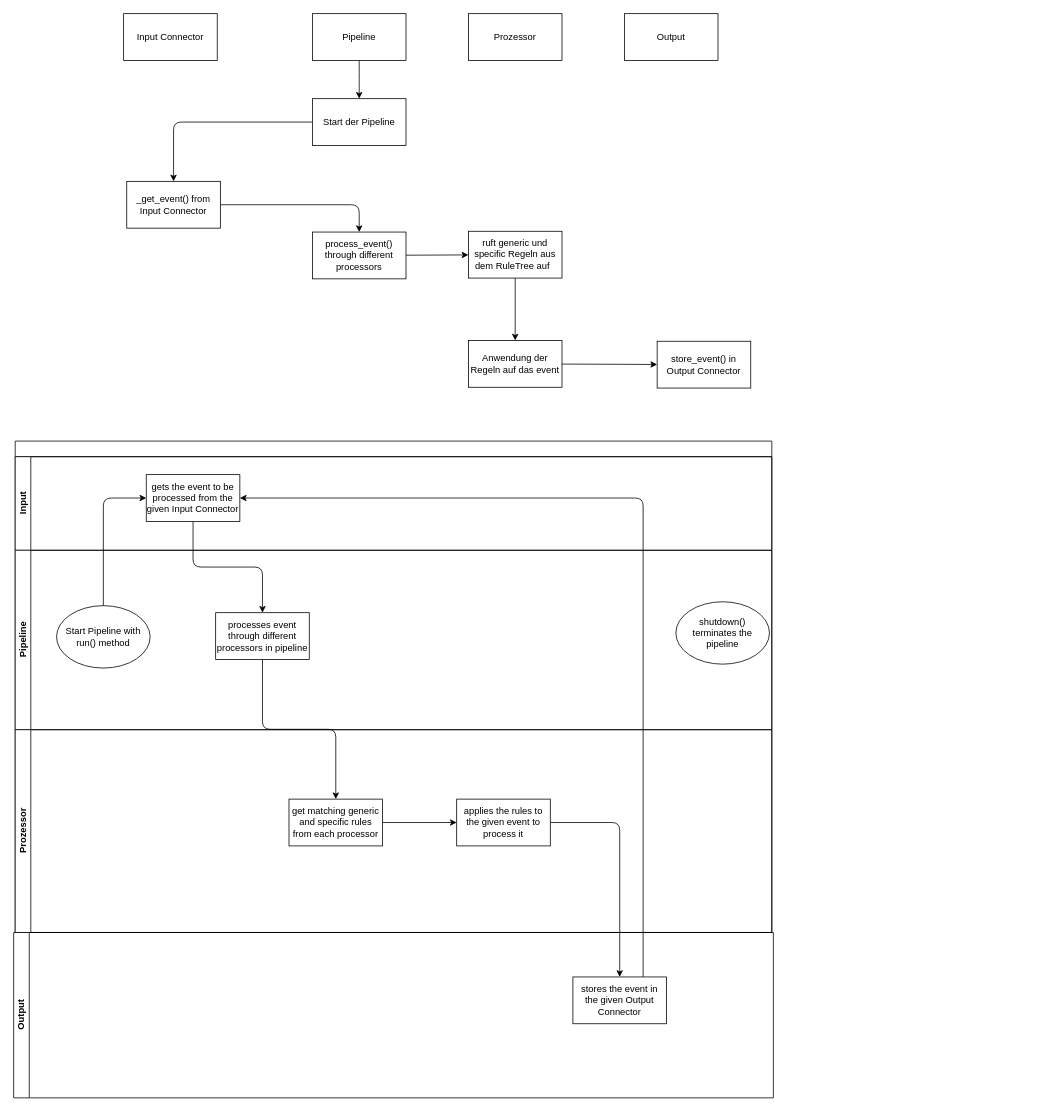
Earlier version of the draw.io diagram doc/source/development/architecture/diagramms/overview.drawio (fkie-cad/Logprep). Source tidied: cells renumbered, new cells numbered last; positions are measured from the earlier drawing's top-left corner, leaving out a move shared by most shapes. Both pictures are drawn from the tidied source at 78%, with x=0, y=0 at pixel (13, 13).
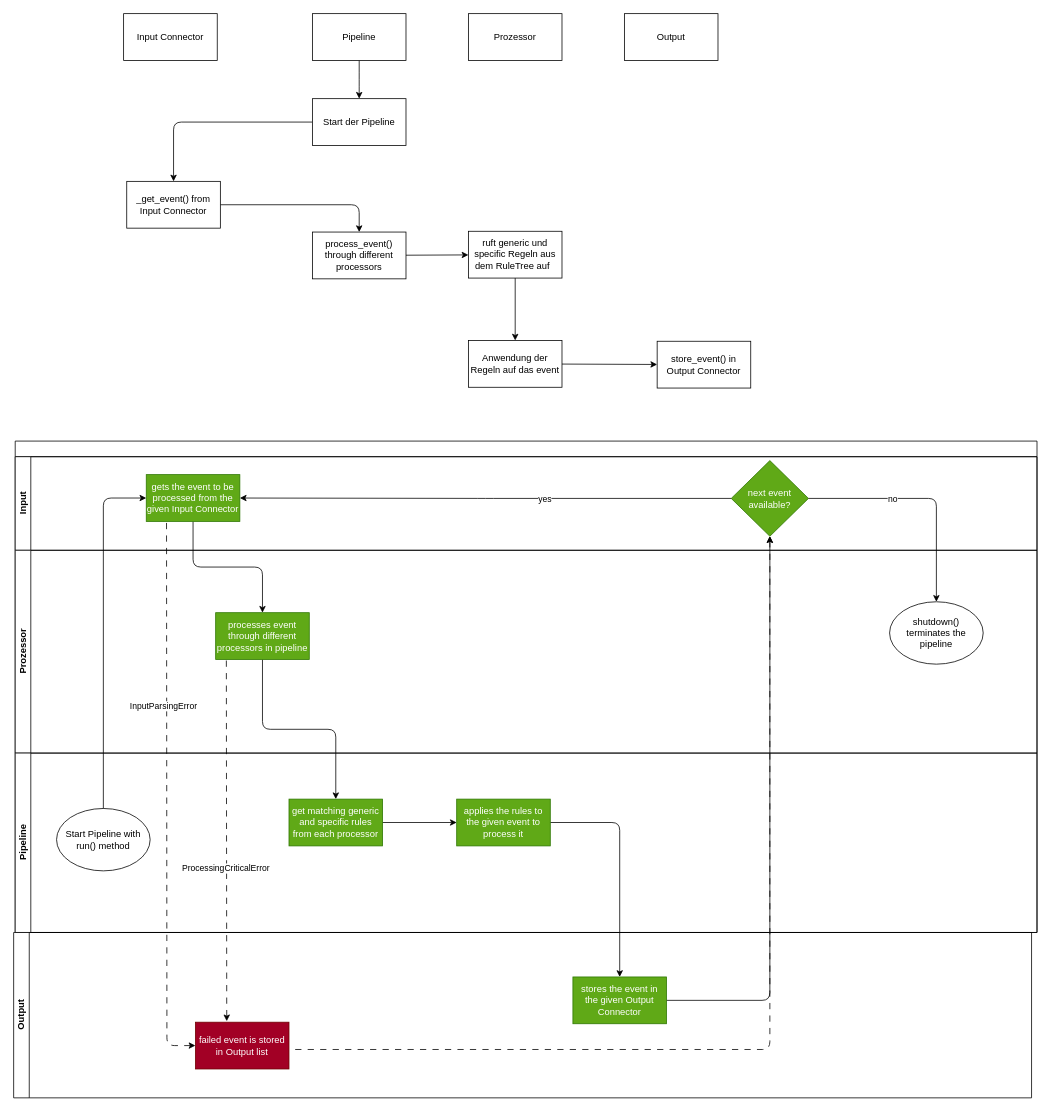
After the change.

Commit message (it also covers changes not shown here):
draft architecture pipeline and first draft processor

The edit, as a diff of the source:
```diff
@@
     <mxCell id="18" value="&lt;br&gt;" style="swimlane;horizontal=1;startSize=20;html=1;" parent="1" vertex="1">
-      <mxGeometry x="2" y="548" width="970" height="630" as="geometry" />
+      <mxGeometry x="2" y="548" width="1310" height="630" as="geometry" />
     </mxCell>
     <mxCell id="19" value="Input" style="swimlane;startSize=20;horizontal=0;html=1;" parent="18" vertex="1">
-      <mxGeometry y="20" width="970" height="120" as="geometry" />
+      <mxGeometry y="20" width="1310" height="120" as="geometry" />
     </mxCell>
+    <mxCell id="36" value="next event available?" style="rhombus;whiteSpace=wrap;html=1;fillColor=#60a917;fontColor=#ffffff;strokeColor=#2D7600;" parent="19" vertex="1">
+      <mxGeometry x="918" y="5" width="99" height="97" as="geometry" />
+    </mxCell>
+    <mxCell id="22" value="Prozessor" style="swimlane;startSize=20;horizontal=0;html=1;" parent="18" vertex="1">
+      <mxGeometry y="140" width="1310" height="260" as="geometry" />
+    </mxCell>
     <mxCell id="20" value="Pipeline" style="swimlane;startSize=20;horizontal=0;html=1;" parent="18" vertex="1">
-      <mxGeometry y="140" width="970" height="230" as="geometry" />
+      <mxGeometry y="400" width="1310" height="230" as="geometry" />
     </mxCell>
@@
-    <mxCell id="22" value="Prozessor" style="swimlane;startSize=20;horizontal=0;html=1;" parent="18" vertex="1">
-      <mxGeometry y="370" width="970" height="260" as="geometry" />
-    </mxCell>
     <mxCell id="23" value="Output" style="swimlane;startSize=20;horizontal=0;html=1;" parent="1" vertex="1">
-      <mxGeometry y="1178" width="974" height="212" as="geometry" />
+      <mxGeometry y="1178" width="1305" height="212" as="geometry" />
     </mxCell>
     <mxCell id="24" value="shutdown() terminates the pipeline" style="ellipse;whiteSpace=wrap;html=1;rounded=1;shadow=0;glass=0;sketch=0;" parent="23" vertex="1">
-      <mxGeometry x="849" y="-424" width="120" height="80" as="geometry" />
+      <mxGeometry x="1123" y="-424" width="120" height="80" as="geometry" />
     </mxCell>
+    <mxCell id="37" value="failed event is stored in Output list" style="whiteSpace=wrap;html=1;fillColor=#a20025;strokeColor=#6F0000;fontColor=#ffffff;" parent="23" vertex="1">
+      <mxGeometry x="233" y="115" width="120" height="60" as="geometry" />
+    </mxCell>
@@
-    <mxCell id="27" value="gets the event to be processed from the given Input Connector" style="whiteSpace=wrap;html=1;" parent="1" vertex="1">
+    <mxCell id="27" value="gets the event to be processed from the given Input Connector" style="whiteSpace=wrap;html=1;fillColor=#60a917;fontColor=#ffffff;strokeColor=#2D7600;" parent="1" vertex="1">
       <mxGeometry x="170" y="591" width="120" height="60" as="geometry" />
     </mxCell>
@@
-    <mxCell id="29" value="processes event through different processors in pipeline" style="whiteSpace=wrap;html=1;" parent="1" vertex="1">
+    <mxCell id="29" value="processes event through different processors in pipeline" style="whiteSpace=wrap;html=1;fillColor=#60a917;fontColor=#ffffff;strokeColor=#2D7600;" parent="1" vertex="1">
       <mxGeometry x="259" y="768" width="120" height="60" as="geometry" />
     </mxCell>
@@
-    <mxCell id="31" value="get matching generic and specific rules from each processor" style="whiteSpace=wrap;html=1;" parent="1" vertex="1">
+    <mxCell id="31" value="get matching generic and specific rules from each processor" style="whiteSpace=wrap;html=1;fillColor=#60a917;fontColor=#ffffff;strokeColor=#2D7600;" parent="1" vertex="1">
       <mxGeometry x="353" y="1007" width="120" height="60" as="geometry" />
     </mxCell>
@@
-    <mxCell id="33" value="applies the rules to the given event to process it" style="whiteSpace=wrap;html=1;" parent="1" vertex="1">
+    <mxCell id="33" value="applies the rules to the given event to process it" style="whiteSpace=wrap;html=1;fillColor=#60a917;fontColor=#ffffff;strokeColor=#2D7600;" parent="1" vertex="1">
       <mxGeometry x="568" y="1007" width="120" height="60" as="geometry" />
     </mxCell>
-    <mxCell id="34" style="edgeStyle=orthogonalEdgeStyle;html=1;exitX=0.75;exitY=0;exitDx=0;exitDy=0;entryX=1;entryY=0.5;entryDx=0;entryDy=0;" parent="1" edge="1" source="35" target="27">
-      <mxGeometry relative="1" as="geometry" />
-    </mxCell>
+    <mxCell id="38" style="edgeStyle=orthogonalEdgeStyle;html=1;entryX=0.5;entryY=1;entryDx=0;entryDy=0;" parent="1" edge="1" source="35" target="36">
+      <mxGeometry relative="1" as="geometry" />
+    </mxCell>
+    <mxCell id="39" style="edgeStyle=orthogonalEdgeStyle;html=1;endArrow=none;endFill=0;startArrow=classic;startFill=1;exitX=0.5;exitY=1;exitDx=0;exitDy=0;dashed=1;dashPattern=8 8;" parent="1" edge="1" source="36" target="37">
+      <mxGeometry relative="1" as="geometry">
+        <Array as="points">
+          <mxPoint x="970" y="1328" />
+        </Array>
+      </mxGeometry>
+    </mxCell>
-    <mxCell id="35" value="stores the event in the given Output Connector" style="whiteSpace=wrap;html=1;" parent="1" vertex="1">
+    <mxCell id="35" value="stores the event in the given Output Connector" style="whiteSpace=wrap;html=1;fillColor=#60a917;fontColor=#ffffff;strokeColor=#2D7600;" parent="1" vertex="1">
       <mxGeometry x="717" y="1235" width="120" height="60" as="geometry" />
     </mxCell>
+    <mxCell id="40" style="edgeStyle=orthogonalEdgeStyle;html=1;entryX=1;entryY=0.5;entryDx=0;entryDy=0;" parent="1" edge="1" source="36" target="27">
+      <mxGeometry relative="1" as="geometry" />
+    </mxCell>
+    <mxCell id="41" value="yes" style="edgeLabel;html=1;align=center;verticalAlign=middle;" parent="40" vertex="1">
+      <mxGeometry x="-0.24" relative="1" as="geometry" />
+    </mxCell>
+    <mxCell id="42" style="edgeStyle=orthogonalEdgeStyle;html=1;entryX=0.5;entryY=0;entryDx=0;entryDy=0;" parent="1" edge="1" source="36" target="24">
+      <mxGeometry relative="1" as="geometry" />
+    </mxCell>
+    <mxCell id="43" value="no" style="edgeLabel;html=1;align=center;verticalAlign=middle;" parent="42" vertex="1">
+      <mxGeometry x="-0.28" y="-1" relative="1" as="geometry" />
+    </mxCell>
+    <mxCell id="44" style="html=1;startArrow=classic;startFill=1;endArrow=none;endFill=0;entryX=0.156;entryY=1;entryDx=0;entryDy=0;entryPerimeter=0;exitX=0.335;exitY=-0.021;exitDx=0;exitDy=0;exitPerimeter=0;dashed=1;dashPattern=8 8;" parent="1" edge="1" source="37">
+      <mxGeometry relative="1" as="geometry">
+        <mxPoint x="272.7" y="828" as="targetPoint" />
+      </mxGeometry>
+    </mxCell>
+    <mxCell id="45" value="ProcessingCriticalError" style="edgeLabel;html=1;align=center;verticalAlign=middle;" parent="44" vertex="1">
+      <mxGeometry x="-0.15" y="1" relative="1" as="geometry">
+        <mxPoint y="1" as="offset" />
+      </mxGeometry>
+    </mxCell>
+    <mxCell id="46" style="edgeStyle=orthogonalEdgeStyle;html=1;startArrow=classic;startFill=1;endArrow=none;endFill=0;entryX=0.25;entryY=1;entryDx=0;entryDy=0;exitX=0;exitY=0.5;exitDx=0;exitDy=0;dashed=1;dashPattern=8 8;" parent="1" edge="1" source="37">
+      <mxGeometry relative="1" as="geometry">
+        <mxPoint x="196" y="651" as="targetPoint" />
+      </mxGeometry>
+    </mxCell>
+    <mxCell id="47" value="InputParsingError" style="edgeLabel;html=1;align=center;verticalAlign=middle;" parent="46" vertex="1">
+      <mxGeometry x="-0.05" y="5" relative="1" as="geometry">
+        <mxPoint y="-135" as="offset" />
+      </mxGeometry>
+    </mxCell>
```
